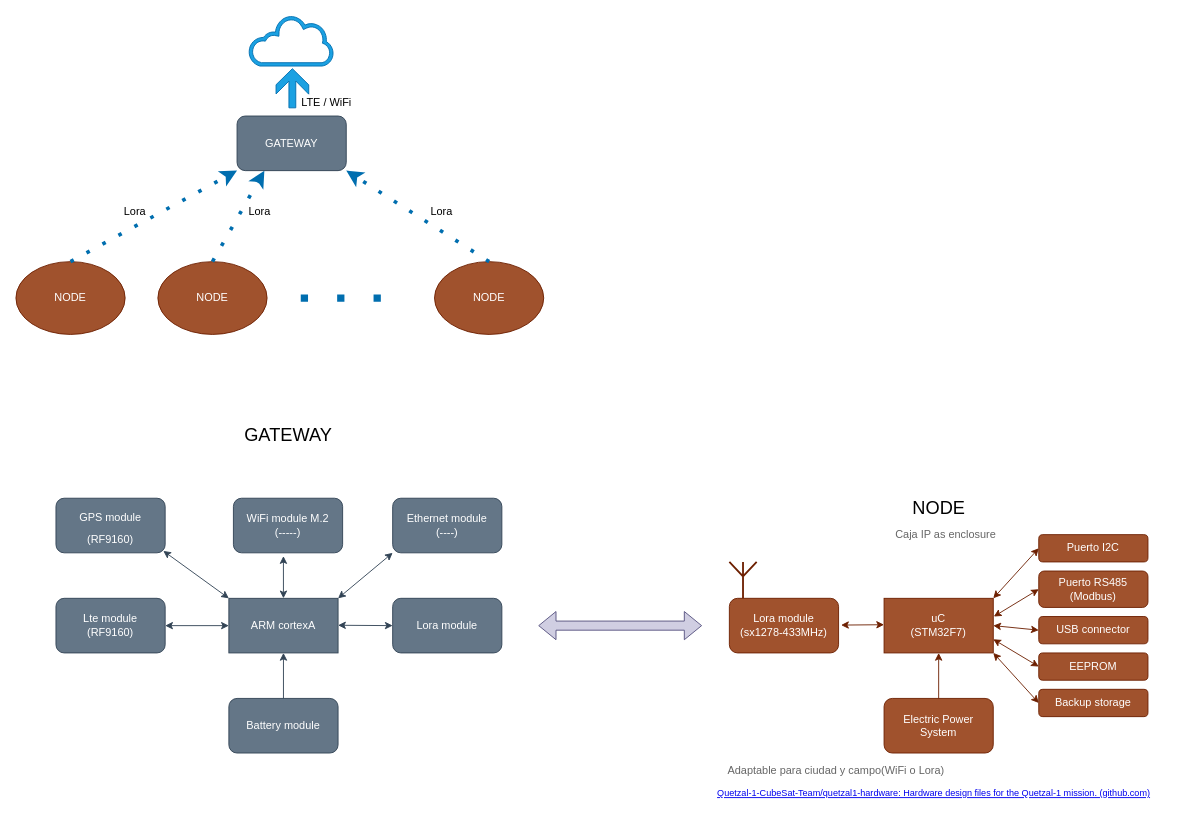
Above: diagrams/diagram.drawio in luissaya/Precision_agriculture (draw.io), before the change. Source tidied: cells renumbered, new cells numbered last; positions are measured from the earlier drawing's top-left corner, leaving out a move shared by most shapes. Both pictures are drawn from the tidied source at 91%, with x=0, y=0 at pixel (15, 15).
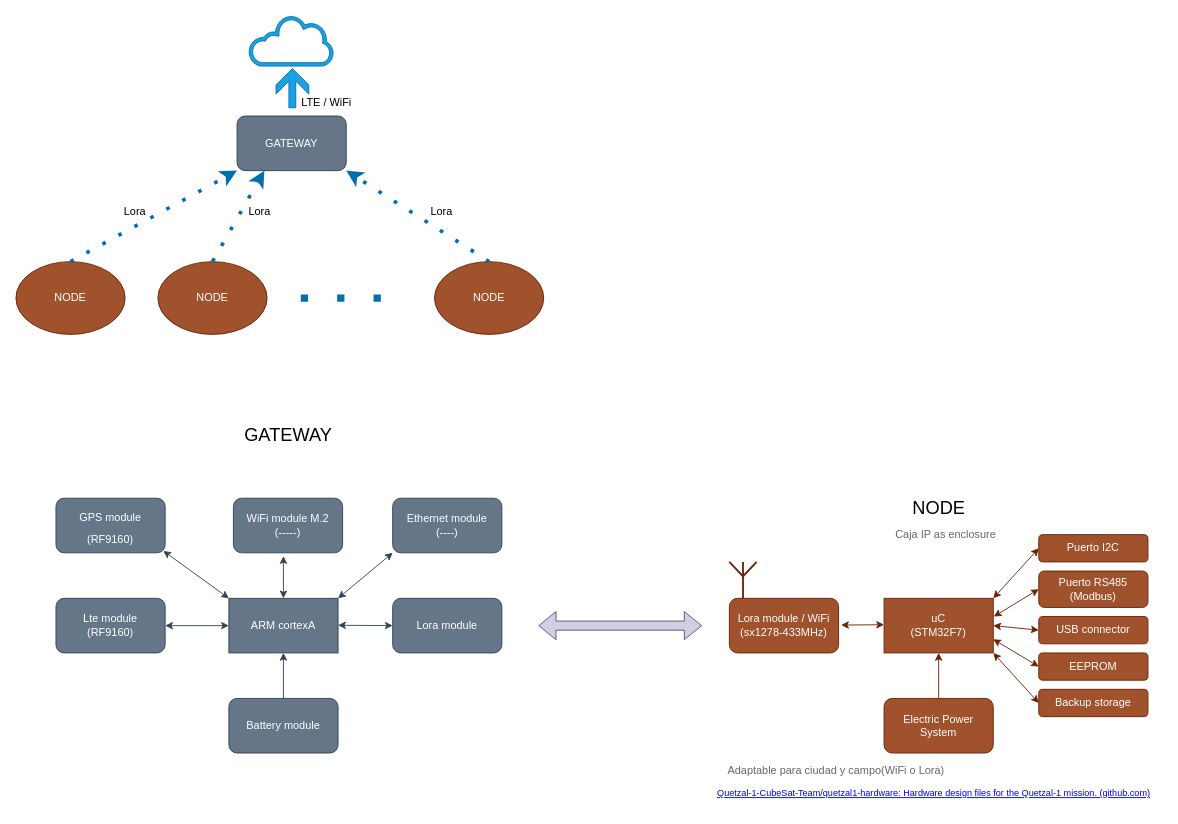
Above is the later version.

What changed in the source:
```diff
@@
-    <mxCell id="7" value="Lora module&lt;br&gt;(sx1278-433MHz)" style="rounded=1;whiteSpace=wrap;html=1;fillColor=#a0522d;fontColor=#ffffff;strokeColor=#6D1F00;" parent="1" vertex="1">
+    <mxCell id="7" value="Lora module / WiFi&lt;br&gt;(sx1278-433MHz)" style="rounded=1;whiteSpace=wrap;html=1;fillColor=#a0522d;fontColor=#ffffff;strokeColor=#6D1F00;" parent="1" vertex="1">
       <mxGeometry x="784" y="640" width="120" height="60" as="geometry" />
     </mxCell>
```
